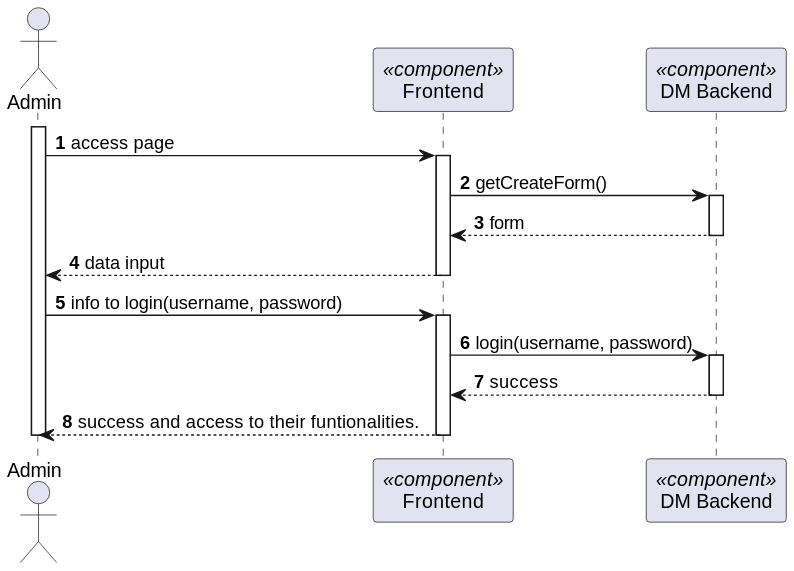
Above: docs/BackofficeModule/7.2.3/sequence-diagram-2.svg in Ana-Miguel-Silva/SurgicalAppointmentAndResourceManagement (PlantUML), before the change. The source it was exported from:
```plantuml
@startuml
skinparam packageStyle rectangle
skinparam shadowing false

autonumber

actor "Admin" as AD
participant "Frontend" as FE <<component>>
participant "DM Backend" as BE <<component>>



activate AD
AD -> FE: access page
activate FE
FE -> BE: getCreateForm()
activate BE
BE --> FE: form
deactivate BE
FE --> AD : data input
deactivate FE
AD -> FE : info to login(username, password)
activate FE
FE -> BE : login(username, password)
activate BE
BE --> FE: success
deactivate BE
FE --> AD : success and access to their funtionalities.
deactivate FE
deactivate AD
@enduml
```
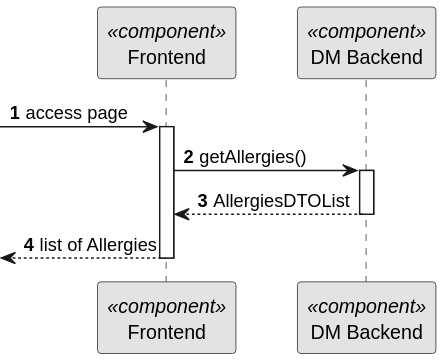
The same file after the commit.

Diff of the diagram source:
```diff
@@ -1,31 +1,20 @@
 @startuml
+skinparam monochrome true
 skinparam packageStyle rectangle
 skinparam shadowing false
 
 autonumber
 
-actor "Admin" as AD
 participant "Frontend" as FE <<component>>
 participant "DM Backend" as BE <<component>>
 
+ -> FE: access page
+activate FE
+FE -> BE: getAllergies()
+activate BE
+BE --> FE: AllergiesDTOList
+deactivate BE
+<-- FE : list of Allergies
 
-
-activate AD
-AD -> FE: access page
-activate FE
-FE -> BE: getCreateForm()
-activate BE
-BE --> FE: form
-deactivate BE
-FE --> AD : data input
 deactivate FE
-AD -> FE : info to login(username, password)
-activate FE
-FE -> BE : login(username, password)
-activate BE
-BE --> FE: success
-deactivate BE
-FE --> AD : success and access to their funtionalities.
-deactivate FE
-deactivate AD
 @enduml
```
